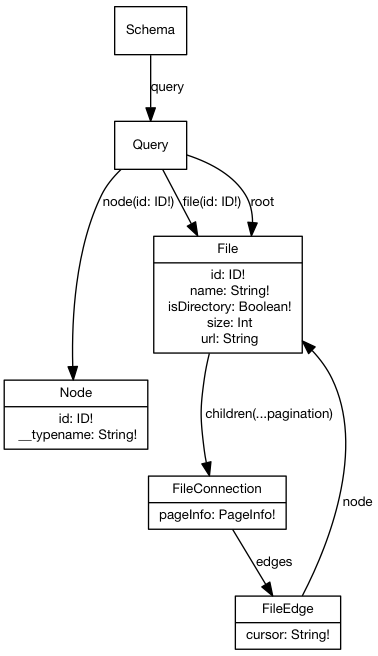
Earlier version of the Graphviz export models/schema.png (rricard/MobileSync). Its source is kept beside it as models/schema.dot.
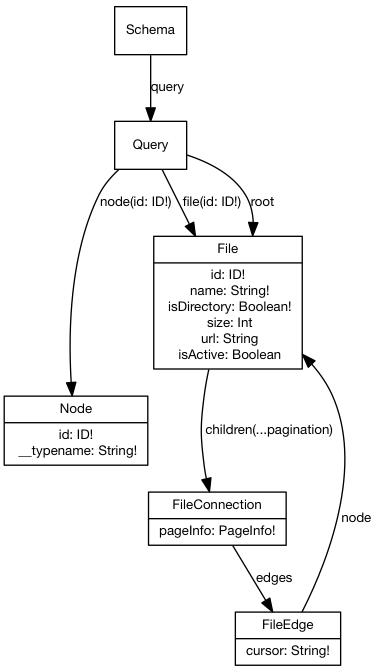
After the change.

Change to the diagram source:
```diff
@@ -30,7 +30,8 @@
                name: String!
                isDirectory: Boolean!
                size: Int
-               url: String}"
+               url: String
+               isActive: Boolean}"
 ]
 File -> FileConnection [label = "children(...pagination)"]
 
```
